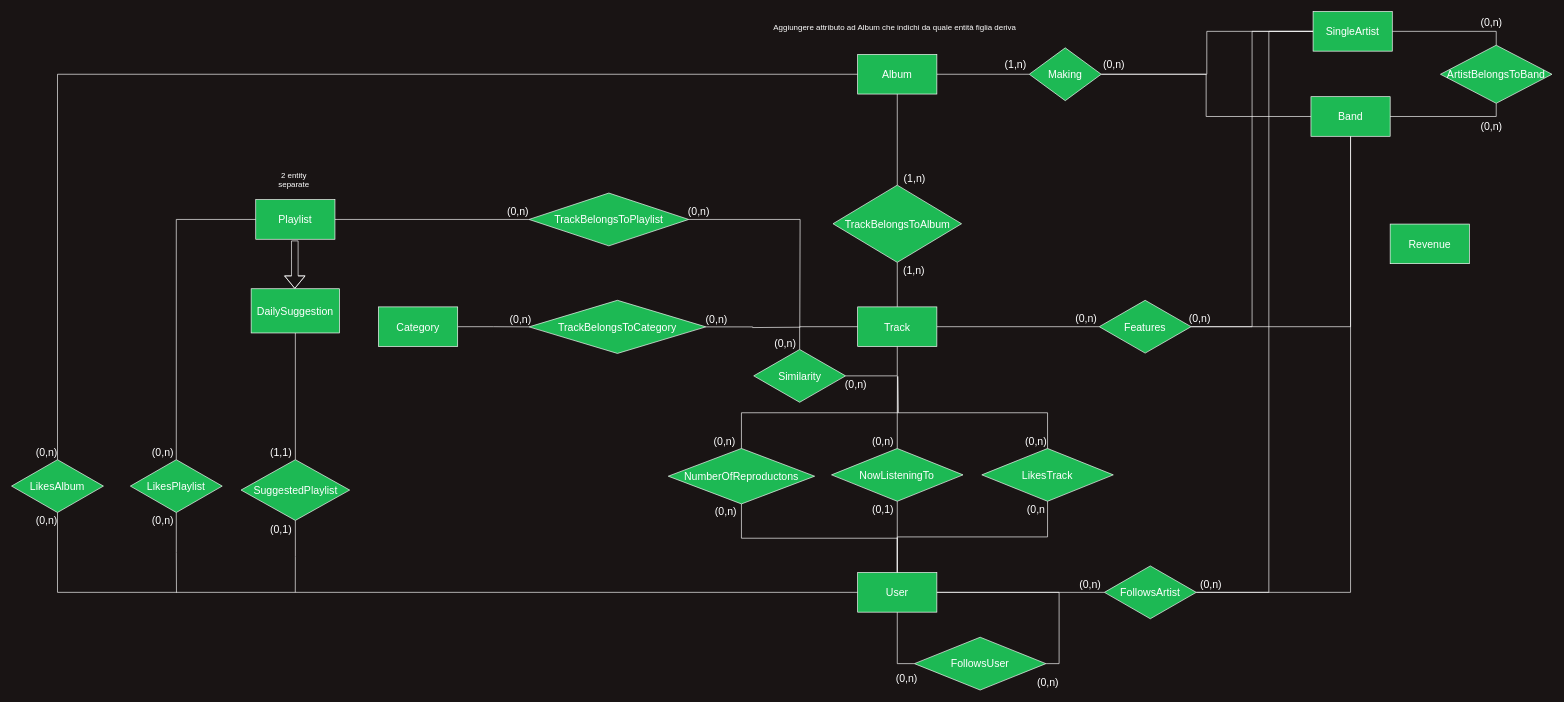
Above: Documentazione/Restructured.drawio in gabrycina/spotify-clone (draw.io), before the change. Source tidied: cells renumbered, new cells numbered last; positions are measured from the earlier drawing's top-left corner, leaving out a move shared by most shapes. Both pictures are drawn from the tidied source at 66%, with x=0, y=0 at pixel (11, 11).
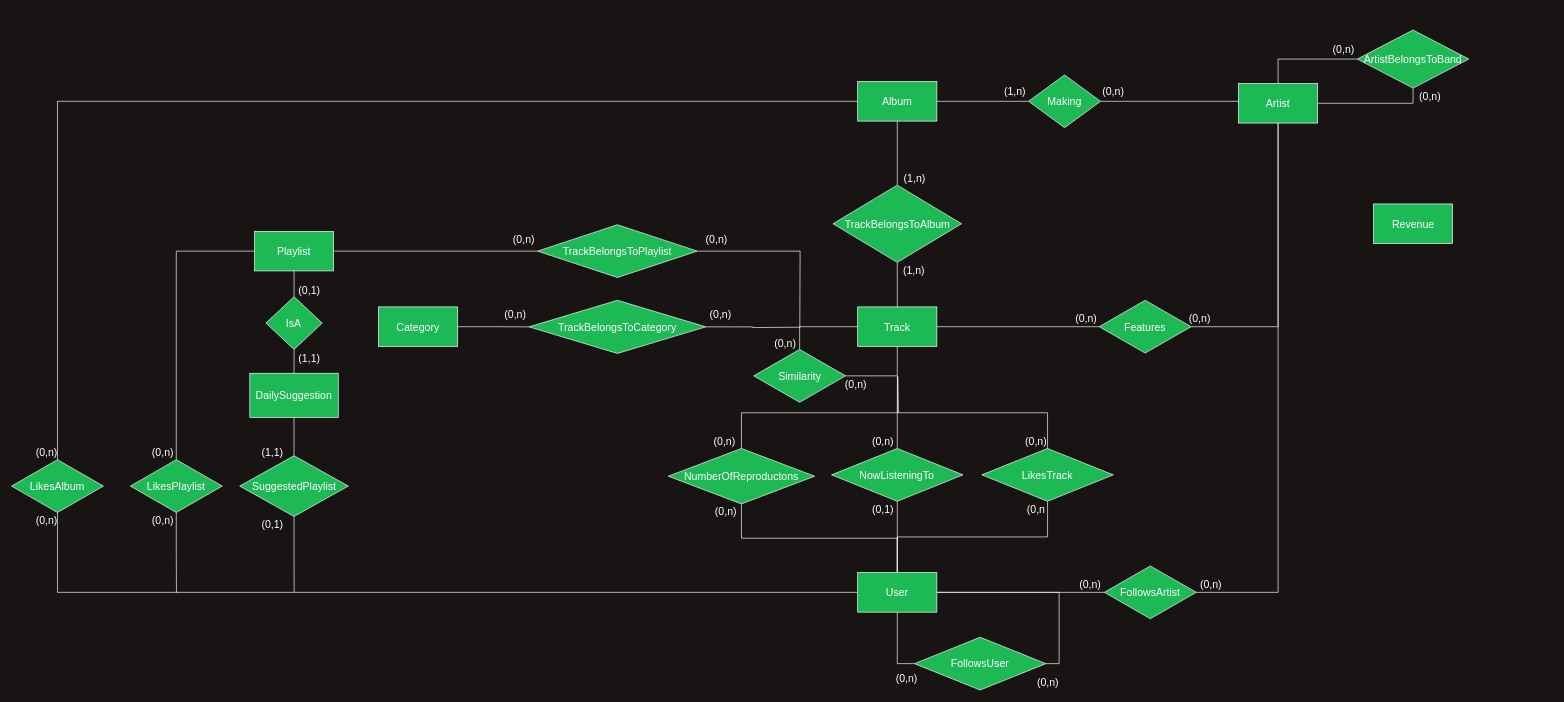
The same diagram, later.

Commit message:
generalizations eliminated

Unchanged cells that the change refers to:
```xml
<mxCell id="33" value="Features" style="rhombus;whiteSpace=wrap;html=1;shadow=0;fontSize=16;fontColor=#FFFFFF;strokeColor=#FFFFFF;fillColor=#1DB954;gradientColor=none;" parent="1" vertex="1">
  <mxGeometry x="1648" y="437.5" width="139.2" height="80" as="geometry" />
</mxCell>
<mxCell id="70" value="FollowsArtist" style="rhombus;whiteSpace=wrap;html=1;shadow=0;fontSize=16;fontColor=#FFFFFF;strokeColor=#FFFFFF;fillColor=#1DB954;gradientColor=none;" parent="1" vertex="1">
  <mxGeometry x="1655.8" y="840" width="139.2" height="80" as="geometry" />
</mxCell>
```

What changed in the source:
```diff
@@
     <mxCell id="4" value="Making" style="rhombus;whiteSpace=wrap;html=1;shadow=0;fontSize=16;fontColor=#FFFFFF;strokeColor=#FFFFFF;fillColor=#1DB954;gradientColor=none;" parent="1" vertex="1">
-      <mxGeometry x="1542" y="55" width="109" height="80" as="geometry" />
+      <mxGeometry x="1541" y="96" width="109" height="80" as="geometry" />
     </mxCell>
     <mxCell id="5" value="(1,n)" style="text;html=1;align=center;verticalAlign=middle;strokeColor=none;fillColor=none;fontSize=16;fontColor=#FFFFFF;" parent="1" vertex="1">
-      <mxGeometry x="1499" y="68" width="43" height="23" as="geometry" />
+      <mxGeometry x="1498" y="109" width="43" height="23" as="geometry" />
     </mxCell>
-    <mxCell id="6" style="edgeStyle=orthogonalEdgeStyle;rounded=0;jettySize=auto;html=1;exitX=0;exitY=0.5;exitDx=0;exitDy=0;entryX=1;entryY=0.5;entryDx=0;entryDy=0;fontColor=#FFFFFF;endArrow=none;endFill=0;strokeColor=#FFFFFF;" parent="1" edge="1" source="8" target="4">
-      <mxGeometry relative="1" as="geometry">
-        <Array as="points">
-          <mxPoint x="1810" y="159" />
-          <mxPoint x="1810" y="95" />
-        </Array>
-      </mxGeometry>
-    </mxCell>
-    <mxCell id="7" style="edgeStyle=orthogonalEdgeStyle;rounded=0;jettySize=auto;html=1;exitX=0.5;exitY=1;exitDx=0;exitDy=0;entryX=1;entryY=0.5;entryDx=0;entryDy=0;fontColor=#FFFFFF;endArrow=none;endFill=0;strokeColor=#FFFFFF;" parent="1" edge="1" source="8" target="33">
-      <mxGeometry relative="1" as="geometry" />
-    </mxCell>
-    <mxCell id="8" value="&lt;font color=&quot;#ffffff&quot; style=&quot;font-size: 16px&quot;&gt;Band&lt;/font&gt;" style="rounded=0;whiteSpace=wrap;html=1;shadow=0;strokeColor=#FFFFFF;fillColor=#1DB954;gradientColor=none;" parent="1" vertex="1">
-      <mxGeometry x="1968.8" y="129" width="120" height="60" as="geometry" />
-    </mxCell>
-    <mxCell id="9" style="edgeStyle=orthogonalEdgeStyle;rounded=0;jettySize=auto;html=1;exitX=1;exitY=0.5;exitDx=0;exitDy=0;entryX=0.5;entryY=0;entryDx=0;entryDy=0;fontSize=16;fontColor=#FFFFFF;endArrow=none;endFill=0;strokeColor=#FFFFFF;fillColor=#1DB954;" parent="1" edge="1" source="11" target="14">
-      <mxGeometry relative="1" as="geometry" />
-    </mxCell>
     <mxCell id="10" style="edgeStyle=orthogonalEdgeStyle;rounded=0;jettySize=auto;html=1;exitX=0;exitY=0.5;exitDx=0;exitDy=0;entryX=1;entryY=0.5;entryDx=0;entryDy=0;fontColor=#FFFFFF;endArrow=none;endFill=0;strokeColor=#FFFFFF;" parent="1" edge="1" source="11" target="4">
       <mxGeometry relative="1" as="geometry">
         <Array as="points">
-          <mxPoint x="1811" y="30" />
-          <mxPoint x="1811" y="95" />
+          <mxPoint x="1859" y="136" />
         </Array>
       </mxGeometry>
     </mxCell>
+    <mxCell id="93" style="edgeStyle=orthogonalEdgeStyle;rounded=0;jettySize=auto;html=1;exitX=0.5;exitY=1;exitDx=0;exitDy=0;entryX=1;entryY=0.5;entryDx=0;entryDy=0;strokeColor=#FFFFFF;endArrow=none;endFill=0;" parent="1" edge="1" source="11" target="33">
+      <mxGeometry relative="1" as="geometry" />
+    </mxCell>
+    <mxCell id="94" style="edgeStyle=orthogonalEdgeStyle;rounded=0;jettySize=auto;html=1;exitX=1;exitY=0.5;exitDx=0;exitDy=0;entryX=0.5;entryY=1;entryDx=0;entryDy=0;endArrow=none;endFill=0;strokeColor=#FFFFFF;" parent="1" edge="1" source="11" target="14">
+      <mxGeometry relative="1" as="geometry" />
+    </mxCell>
+    <mxCell id="95" style="edgeStyle=orthogonalEdgeStyle;rounded=0;jettySize=auto;html=1;exitX=0.5;exitY=0;exitDx=0;exitDy=0;entryX=0;entryY=0.5;entryDx=0;entryDy=0;endArrow=none;endFill=0;strokeColor=#FFFFFF;" parent="1" edge="1" source="11" target="14">
+      <mxGeometry relative="1" as="geometry" />
+    </mxCell>
-    <mxCell id="11" value="&lt;font color=&quot;#ffffff&quot; style=&quot;font-size: 16px&quot;&gt;SingleArtist&lt;/font&gt;" style="rounded=0;whiteSpace=wrap;html=1;shadow=0;strokeColor=#FFFFFF;fillColor=#1DB954;gradientColor=none;" parent="1" vertex="1">
-      <mxGeometry x="1972" width="120" height="60" as="geometry" />
+    <mxCell id="11" value="&lt;font color=&quot;#ffffff&quot; style=&quot;font-size: 16px&quot;&gt;Artist&lt;/font&gt;" style="rounded=0;whiteSpace=wrap;html=1;shadow=0;strokeColor=#FFFFFF;fillColor=#1DB954;gradientColor=none;" parent="1" vertex="1">
+      <mxGeometry x="1859" y="109" width="120" height="60" as="geometry" />
     </mxCell>
     <mxCell id="12" value="(0,n)" style="text;html=1;align=center;verticalAlign=middle;strokeColor=none;fillColor=none;fontSize=16;fontColor=#FFFFFF;" parent="1" vertex="1">
-      <mxGeometry x="1648" y="68" width="43" height="23" as="geometry" />
+      <mxGeometry x="1647" y="109" width="43" height="23" as="geometry" />
     </mxCell>
-    <mxCell id="13" style="edgeStyle=orthogonalEdgeStyle;rounded=0;jettySize=auto;html=1;exitX=0.5;exitY=1;exitDx=0;exitDy=0;entryX=1;entryY=0.5;entryDx=0;entryDy=0;fontColor=#FFFFFF;endArrow=none;endFill=0;strokeColor=#FFFFFF;" parent="1" edge="1" source="14" target="8">
-      <mxGeometry relative="1" as="geometry" />
-    </mxCell>
     <mxCell id="14" value="ArtistBelongsToBand" style="rhombus;whiteSpace=wrap;html=1;shadow=0;fontSize=16;fontColor=#FFFFFF;strokeColor=#FFFFFF;fillColor=#1DB954;gradientColor=none;" parent="1" vertex="1">
-      <mxGeometry x="2165" y="51" width="169" height="88" as="geometry" />
+      <mxGeometry x="2039" y="28" width="169" height="88" as="geometry" />
     </mxCell>
     <mxCell id="15" value="(0,n)" style="text;html=1;align=center;verticalAlign=middle;strokeColor=none;fillColor=none;fontSize=16;fontColor=#FFFFFF;" parent="1" vertex="1">
-      <mxGeometry x="2220.8" y="5" width="43" height="23" as="geometry" />
+      <mxGeometry x="1996" y="45" width="43" height="23" as="geometry" />
     </mxCell>
     <mxCell id="16" value="(0,n)" style="text;html=1;align=center;verticalAlign=middle;strokeColor=none;fillColor=none;fontSize=16;fontColor=#FFFFFF;" parent="1" vertex="1">
-      <mxGeometry x="2220.8" y="162" width="43" height="23" as="geometry" />
+      <mxGeometry x="2127" y="116" width="43" height="23" as="geometry" />
     </mxCell>
@@
     <mxCell id="19" value="&lt;font color=&quot;#ffffff&quot; style=&quot;font-size: 16px&quot;&gt;Album&lt;/font&gt;" style="rounded=0;whiteSpace=wrap;html=1;shadow=0;strokeColor=#FFFFFF;fillColor=#1DB954;gradientColor=none;" parent="1" vertex="1">
-      <mxGeometry x="1282" y="65" width="120" height="60" as="geometry" />
+      <mxGeometry x="1282" y="106" width="120" height="60" as="geometry" />
     </mxCell>
     <mxCell id="20" value="&lt;font color=&quot;#ffffff&quot; style=&quot;font-size: 16px&quot;&gt;Revenue&lt;/font&gt;" style="rounded=0;whiteSpace=wrap;html=1;shadow=0;strokeColor=#FFFFFF;fillColor=#1DB954;gradientColor=none;" parent="1" vertex="1">
-      <mxGeometry x="2088.8" y="322" width="120" height="60" as="geometry" />
+      <mxGeometry x="2063.5" y="291.5" width="120" height="60" as="geometry" />
     </mxCell>
@@
-    <mxCell id="32" style="edgeStyle=orthogonalEdgeStyle;rounded=0;jettySize=auto;html=1;exitX=1;exitY=0.5;exitDx=0;exitDy=0;entryX=0;entryY=0.5;entryDx=0;entryDy=0;endArrow=none;endFill=0;strokeColor=#FFFFFF;" parent="1" edge="1" source="33" target="11">
-      <mxGeometry relative="1" as="geometry" />
-    </mxCell>
@@
     <mxCell id="40" value="(0,n)" style="text;html=1;align=center;verticalAlign=middle;strokeColor=none;fillColor=none;fontSize=16;fontColor=#FFFFFF;" parent="1" vertex="1">
-      <mxGeometry x="749" y="454" width="43" height="23" as="geometry" />
+      <mxGeometry x="741" y="447.5" width="43" height="23" as="geometry" />
     </mxCell>
     <mxCell id="41" value="(0,n)" style="text;html=1;align=center;verticalAlign=middle;strokeColor=none;fillColor=none;fontSize=16;fontColor=#FFFFFF;" parent="1" vertex="1">
-      <mxGeometry x="1046" y="454" width="43" height="23" as="geometry" />
+      <mxGeometry x="1052" y="447.5" width="43" height="23" as="geometry" />
     </mxCell>
@@
     <mxCell id="43" value="TrackBelongsToPlaylist" style="rhombus;whiteSpace=wrap;html=1;shadow=0;fontSize=16;fontColor=#FFFFFF;strokeColor=#FFFFFF;fillColor=#1DB954;gradientColor=none;" parent="1" vertex="1">
-      <mxGeometry x="784" y="275" width="242" height="80" as="geometry" />
+      <mxGeometry x="797" y="323" width="242" height="80" as="geometry" />
     </mxCell>
@@
     <mxCell id="46" value="&lt;font color=&quot;#ffffff&quot; style=&quot;font-size: 16px&quot;&gt;Playlist&lt;/font&gt;" style="rounded=0;whiteSpace=wrap;html=1;shadow=0;strokeColor=#FFFFFF;fillColor=#1DB954;gradientColor=none;" parent="1" vertex="1">
-      <mxGeometry x="370" y="285" width="120" height="60" as="geometry" />
+      <mxGeometry x="368" y="333" width="120" height="60" as="geometry" />
     </mxCell>
     <mxCell id="47" value="(0,n)" style="text;html=1;align=center;verticalAlign=middle;strokeColor=none;fillColor=none;fontSize=16;fontColor=#FFFFFF;" parent="1" vertex="1">
-      <mxGeometry x="745" y="291.5" width="43" height="23" as="geometry" />
+      <mxGeometry x="754" y="333" width="43" height="23" as="geometry" />
     </mxCell>
     <mxCell id="48" value="(0,n)" style="text;html=1;align=center;verticalAlign=middle;strokeColor=none;fillColor=none;fontSize=16;fontColor=#FFFFFF;" parent="1" vertex="1">
-      <mxGeometry x="1019" y="290.5" width="43" height="23" as="geometry" />
+      <mxGeometry x="1046" y="333" width="43" height="23" as="geometry" />
     </mxCell>
-    <mxCell id="49" style="shape=flexArrow;endArrow=classic;html=1;rounded=0;fontSize=16;fontColor=#FFFFFF;strokeColor=#FFFFFF;fillColor=#191414;entryX=0.5;entryY=0;entryDx=0;entryDy=0;" parent="1" edge="1">
-      <mxGeometry relative="1" as="geometry">
-        <mxPoint x="429.2" y="347" as="sourcePoint" />
-        <mxPoint x="429.2" y="420" as="targetPoint" />
-        <Array as="points">
-          <mxPoint x="429.2" y="375" />
-        </Array>
-      </mxGeometry>
-    </mxCell>
@@
     <mxCell id="51" value="&lt;font color=&quot;#ffffff&quot; style=&quot;font-size: 16px&quot;&gt;DailySuggestion&lt;/font&gt;" style="rounded=0;whiteSpace=wrap;html=1;shadow=0;strokeColor=#FFFFFF;fillColor=#1DB954;gradientColor=none;" parent="1" vertex="1">
-      <mxGeometry x="363" y="420" width="134" height="67" as="geometry" />
+      <mxGeometry x="361" y="548" width="134" height="67" as="geometry" />
     </mxCell>
@@
-    <mxCell id="56" style="edgeStyle=orthogonalEdgeStyle;rounded=0;jettySize=auto;html=1;exitX=0.5;exitY=1;exitDx=0;exitDy=0;fontSize=16;fontColor=#FFFFFF;endArrow=none;endFill=0;strokeColor=#FFFFFF;fillColor=#1DB954;" parent="1" edge="1" source="57">
-      <mxGeometry relative="1" as="geometry">
-        <mxPoint x="429.9" y="880" as="targetPoint" />
-      </mxGeometry>
-    </mxCell>
+    <mxCell id="96" style="edgeStyle=orthogonalEdgeStyle;rounded=0;jettySize=auto;html=1;exitX=0.5;exitY=1;exitDx=0;exitDy=0;endArrow=none;endFill=0;strokeColor=#FFFFFF;" parent="1" edge="1" source="57">
+      <mxGeometry relative="1" as="geometry">
+        <mxPoint x="428.2" y="879.3" as="targetPoint" />
+      </mxGeometry>
+    </mxCell>
     <mxCell id="57" value="SuggestedPlaylist" style="rhombus;whiteSpace=wrap;html=1;shadow=0;fontSize=16;fontColor=#FFFFFF;strokeColor=#FFFFFF;fillColor=#1DB954;gradientColor=none;" parent="1" vertex="1">
-      <mxGeometry x="347.7" y="679" width="164.6" height="92" as="geometry" />
+      <mxGeometry x="345.7" y="673" width="164.6" height="92" as="geometry" />
     </mxCell>
@@
     <mxCell id="60" value="(1,1)" style="text;html=1;align=center;verticalAlign=middle;strokeColor=none;fillColor=none;fontSize=16;fontColor=#FFFFFF;" parent="1" vertex="1">
-      <mxGeometry x="386" y="656" width="43" height="23" as="geometry" />
+      <mxGeometry x="373" y="656" width="43" height="23" as="geometry" />
     </mxCell>
@@
     <mxCell id="67" value="(0,1)" style="text;html=1;align=center;verticalAlign=middle;strokeColor=none;fillColor=none;fontSize=16;fontColor=#FFFFFF;" parent="1" vertex="1">
-      <mxGeometry x="386" y="772" width="43" height="23" as="geometry" />
+      <mxGeometry x="373" y="765" width="43" height="23" as="geometry" />
     </mxCell>
-    <mxCell id="68" style="edgeStyle=orthogonalEdgeStyle;rounded=0;jettySize=auto;html=1;exitX=1;exitY=0.5;exitDx=0;exitDy=0;entryX=0;entryY=0.5;entryDx=0;entryDy=0;endArrow=none;endFill=0;strokeColor=#FFFFFF;" parent="1" edge="1" source="70" target="11">
-      <mxGeometry relative="1" as="geometry">
-        <Array as="points">
-          <mxPoint x="1905" y="880" />
-          <mxPoint x="1905" y="30" />
-        </Array>
-      </mxGeometry>
+    <mxCell id="68" style="edgeStyle=orthogonalEdgeStyle;rounded=0;jettySize=auto;html=1;exitX=1;exitY=0.5;exitDx=0;exitDy=0;entryX=0.5;entryY=1;entryDx=0;entryDy=0;strokeColor=#FFFFFF;endArrow=none;endFill=0;" parent="1" edge="1" source="70" target="11">
+      <mxGeometry relative="1" as="geometry" />
     </mxCell>
-    <mxCell id="69" style="edgeStyle=orthogonalEdgeStyle;rounded=0;jettySize=auto;html=1;exitX=1;exitY=0.5;exitDx=0;exitDy=0;entryX=0.5;entryY=1;entryDx=0;entryDy=0;endArrow=none;endFill=0;strokeColor=#FFFFFF;" parent="1" edge="1" source="70" target="8">
-      <mxGeometry relative="1" as="geometry">
-        <Array as="points">
-          <mxPoint x="2029" y="880" />
-        </Array>
-      </mxGeometry>
-    </mxCell>
@@
-    <mxCell id="91" value="&lt;font color=&quot;#ffffff&quot;&gt;Aggiungere attributo ad Album che indichi da quale entità figlia deriva&lt;/font&gt;" style="text;html=1;align=center;verticalAlign=middle;strokeColor=none;fillColor=none;" parent="1" vertex="1">
-      <mxGeometry x="1149" y="16" width="377" height="18" as="geometry" />
-    </mxCell>
-    <mxCell id="92" value="&lt;font color=&quot;#ffffff&quot;&gt;&lt;span&gt;2&amp;nbsp;entity separate&lt;br&gt;&lt;/span&gt;&lt;/font&gt;" style="text;html=1;strokeColor=none;fillColor=none;align=center;verticalAlign=middle;whiteSpace=wrap;rounded=0;" parent="1" vertex="1">
-      <mxGeometry x="398" y="240" width="60" height="30" as="geometry" />
-    </mxCell>
+    <mxCell id="97" style="edgeStyle=orthogonalEdgeStyle;rounded=0;jettySize=auto;html=1;exitX=0.5;exitY=1;exitDx=0;exitDy=0;endArrow=none;endFill=0;strokeColor=#FFFFFF;" parent="1" edge="1" source="99" target="51">
+      <mxGeometry relative="1" as="geometry" />
+    </mxCell>
+    <mxCell id="98" style="edgeStyle=orthogonalEdgeStyle;rounded=0;jettySize=auto;html=1;exitX=0.5;exitY=0;exitDx=0;exitDy=0;endArrow=none;endFill=0;strokeColor=#FFFFFF;" parent="1" edge="1" source="99" target="46">
+      <mxGeometry relative="1" as="geometry" />
+    </mxCell>
+    <mxCell id="99" value="IsA" style="rhombus;whiteSpace=wrap;html=1;shadow=0;fontSize=16;fontColor=#FFFFFF;strokeColor=#FFFFFF;fillColor=#1DB954;gradientColor=none;" parent="1" vertex="1">
+      <mxGeometry x="385.4" y="432" width="85.3" height="80" as="geometry" />
+    </mxCell>
+    <mxCell id="100" value="(0,1)" style="text;html=1;align=center;verticalAlign=middle;strokeColor=none;fillColor=none;fontSize=16;fontColor=#FFFFFF;" parent="1" vertex="1">
+      <mxGeometry x="429" y="410" width="43" height="23" as="geometry" />
+    </mxCell>
+    <mxCell id="101" value="(1,1)" style="text;html=1;align=center;verticalAlign=middle;strokeColor=none;fillColor=none;fontSize=16;fontColor=#FFFFFF;" parent="1" vertex="1">
+      <mxGeometry x="429" y="513" width="43" height="23" as="geometry" />
+    </mxCell>
```
